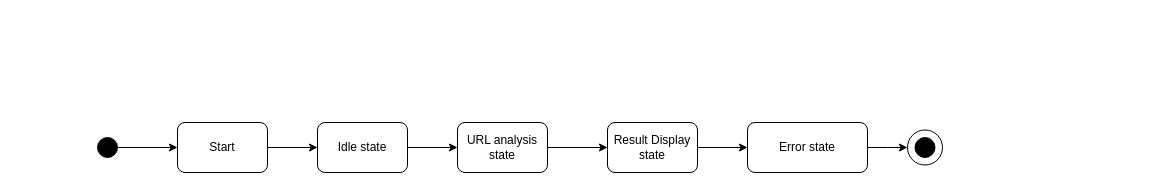
This is state diagram.drawio from 0xOwen/SurfHound, a draw.io file, before an edit. Source tidied: cells renumbered, new cells numbered last; positions are measured from the earlier drawing's top-left corner, leaving out a move shared by most shapes. Both pictures are drawn from the tidied source at 100%, with x=0, y=0 at pixel (97, 122).
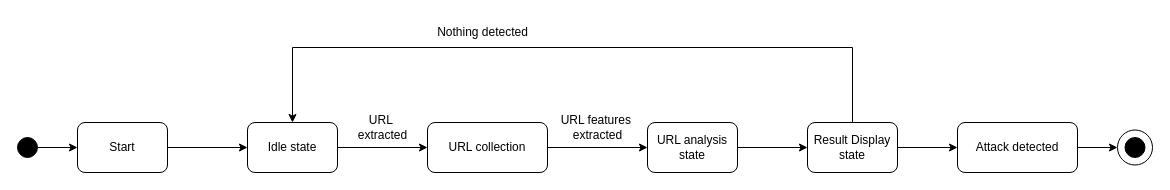
Above is the later version.

Change to the diagram source:
```diff
@@
     <mxCell id="3" style="ellipse;whiteSpace=wrap;html=1;fillColor=#000000;" parent="1" vertex="1">
-      <mxGeometry y="15" width="20" height="20" as="geometry" />
+      <mxGeometry x="-80" y="15" width="20" height="20" as="geometry" />
     </mxCell>
@@
     <mxCell id="5" value="Start" style="rounded=1;whiteSpace=wrap;html=1;" parent="1" vertex="1">
-      <mxGeometry x="80" width="90" height="50" as="geometry" />
+      <mxGeometry x="-20" width="90" height="50" as="geometry" />
     </mxCell>
-    <mxCell id="6" style="edgeStyle=orthogonalEdgeStyle;rounded=0;jettySize=auto;html=1;exitX=1;exitY=0.5;exitDx=0;exitDy=0;entryX=0;entryY=0.5;entryDx=0;entryDy=0;" parent="1" edge="1" source="7" target="9">
-      <mxGeometry relative="1" as="geometry" />
-    </mxCell>
+    <mxCell id="16" style="edgeStyle=orthogonalEdgeStyle;rounded=0;jettySize=auto;html=1;exitX=1;exitY=0.5;exitDx=0;exitDy=0;entryX=0;entryY=0.5;entryDx=0;entryDy=0;" parent="1" edge="1" source="7" target="21">
+      <mxGeometry relative="1" as="geometry" />
+    </mxCell>
     <mxCell id="7" value="Idle state" style="rounded=1;whiteSpace=wrap;html=1;" parent="1" vertex="1">
-      <mxGeometry x="220" width="90" height="50" as="geometry" />
+      <mxGeometry x="150" width="90" height="50" as="geometry" />
     </mxCell>
@@
     <mxCell id="9" value="URL analysis state" style="rounded=1;whiteSpace=wrap;html=1;" parent="1" vertex="1">
-      <mxGeometry x="360" width="90" height="50" as="geometry" />
+      <mxGeometry x="550" width="90" height="50" as="geometry" />
     </mxCell>
@@
+    <mxCell id="17" style="edgeStyle=orthogonalEdgeStyle;rounded=0;jettySize=auto;html=1;exitX=0.5;exitY=0;exitDx=0;exitDy=0;entryX=0.5;entryY=0;entryDx=0;entryDy=0;" parent="1" edge="1" source="11" target="7">
+      <mxGeometry relative="1" as="geometry">
+        <Array as="points">
+          <mxPoint x="755" y="-75" />
+          <mxPoint x="195" y="-75" />
+        </Array>
+      </mxGeometry>
+    </mxCell>
     <mxCell id="11" value="Result Display state" style="rounded=1;whiteSpace=wrap;html=1;" parent="1" vertex="1">
-      <mxGeometry x="510" width="90" height="50" as="geometry" />
+      <mxGeometry x="710" width="90" height="50" as="geometry" />
     </mxCell>
-    <mxCell id="12" style="edgeStyle=orthogonalEdgeStyle;rounded=0;jettySize=auto;html=1;exitX=1;exitY=0.5;exitDx=0;exitDy=0;entryX=0;entryY=0.5;entryDx=0;entryDy=0;" parent="1" edge="1" source="13">
-      <mxGeometry relative="1" as="geometry">
-        <mxPoint x="810" y="25" as="targetPoint" />
-      </mxGeometry>
-    </mxCell>
+    <mxCell id="18" style="edgeStyle=orthogonalEdgeStyle;rounded=0;jettySize=auto;html=1;exitX=1;exitY=0.5;exitDx=0;exitDy=0;entryX=0;entryY=0.5;entryDx=0;entryDy=0;" parent="1" edge="1" source="13" target="14">
+      <mxGeometry relative="1" as="geometry" />
+    </mxCell>
-    <mxCell id="13" value="Error state" style="rounded=1;whiteSpace=wrap;html=1;" parent="1" vertex="1">
-      <mxGeometry x="650" width="120" height="50" as="geometry" />
+    <mxCell id="13" value="Attack detected" style="rounded=1;whiteSpace=wrap;html=1;" parent="1" vertex="1">
+      <mxGeometry x="860" width="120" height="50" as="geometry" />
     </mxCell>
     <mxCell id="14" style="ellipse;whiteSpace=wrap;html=1;" parent="1" vertex="1">
-      <mxGeometry x="810" y="7.5" width="35" height="35" as="geometry" />
+      <mxGeometry x="1020" y="7.5" width="35" height="35" as="geometry" />
     </mxCell>
     <mxCell id="15" style="ellipse;whiteSpace=wrap;html=1;strokeColor=#000000;fillColor=#000000;" parent="1" vertex="1">
-      <mxGeometry x="817.5" y="15" width="20" height="20" as="geometry" />
+      <mxGeometry x="1027.5" y="15" width="20" height="20" as="geometry" />
     </mxCell>
+    <mxCell id="19" value="Nothing detected" style="text;html=1;align=center;verticalAlign=middle;strokeColor=none;fillColor=none;" parent="1" vertex="1">
+      <mxGeometry x="330" y="-105" width="110" height="30" as="geometry" />
+    </mxCell>
+    <mxCell id="20" style="edgeStyle=orthogonalEdgeStyle;rounded=0;jettySize=auto;html=1;exitX=1;exitY=0.5;exitDx=0;exitDy=0;" parent="1" edge="1" source="21" target="9">
+      <mxGeometry relative="1" as="geometry" />
+    </mxCell>
+    <mxCell id="21" value="URL collection" style="rounded=1;whiteSpace=wrap;html=1;" parent="1" vertex="1">
+      <mxGeometry x="330" width="120" height="50" as="geometry" />
+    </mxCell>
+    <mxCell id="22" value="URL&amp;nbsp;&lt;br&gt;extracted" style="text;html=1;align=center;verticalAlign=middle;strokeColor=none;fillColor=none;" parent="1" vertex="1">
+      <mxGeometry x="250" y="-15" width="70" height="40" as="geometry" />
+    </mxCell>
+    <mxCell id="23" value="URL features&amp;nbsp;&lt;br&gt;extracted" style="text;html=1;align=center;verticalAlign=middle;strokeColor=none;fillColor=none;" parent="1" vertex="1">
+      <mxGeometry x="450" y="-15" width="100" height="40" as="geometry" />
+    </mxCell>
```
